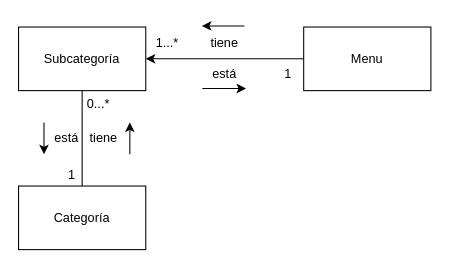
Before: page "Plato" (3 of 12) of Restaurante_Disenio.drawio in andrescardo98/doo, a draw.io diagram. Source tidied: cells renumbered, new cells numbered last; positions are measured from the earlier drawing's top-left corner, leaving out a move shared by most shapes. Both pictures are drawn from the tidied source at 106%, with x=0, y=0 at pixel (18, 25).
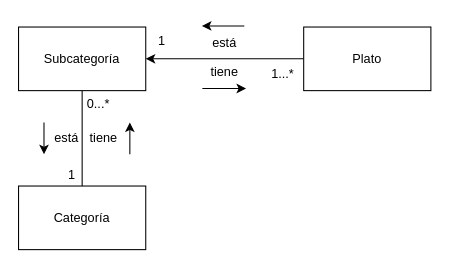
The same page after the edit.

Diff of the diagram source:
```diff
@@
-    <mxCell id="3" value="Menu" style="rounded=0;whiteSpace=wrap;html=1;" parent="1" vertex="1">
+    <mxCell id="3" value="Plato" style="rounded=0;whiteSpace=wrap;html=1;" parent="1" vertex="1">
       <mxGeometry x="269" y="1" width="120" height="60" as="geometry" />
     </mxCell>
@@
     <mxCell id="13" value="tiene" style="text;html=1;align=center;verticalAlign=middle;strokeColor=none;fillColor=none;" parent="1" vertex="1">
-      <mxGeometry x="169" y="1" width="50" height="30" as="geometry" />
+      <mxGeometry x="169" y="29" width="50" height="30" as="geometry" />
     </mxCell>
@@
     <mxCell id="15" value="1...*" style="text;html=1;align=center;verticalAlign=middle;strokeColor=none;fillColor=none;" parent="1" vertex="1">
-      <mxGeometry x="120" y="1" width="40" height="30" as="geometry" />
+      <mxGeometry x="229" y="31" width="40" height="30" as="geometry" />
     </mxCell>
     <mxCell id="16" value="está" style="text;html=1;align=center;verticalAlign=middle;strokeColor=none;fillColor=none;" parent="1" vertex="1">
-      <mxGeometry x="169" y="31" width="50" height="30" as="geometry" />
+      <mxGeometry x="169" y="1" width="50" height="30" as="geometry" />
     </mxCell>
@@
     <mxCell id="18" value="1" style="text;html=1;align=center;verticalAlign=middle;strokeColor=none;fillColor=none;" parent="1" vertex="1">
-      <mxGeometry x="239" y="31" width="30" height="30" as="geometry" />
+      <mxGeometry x="120" y="-1" width="30" height="30" as="geometry" />
     </mxCell>
```
